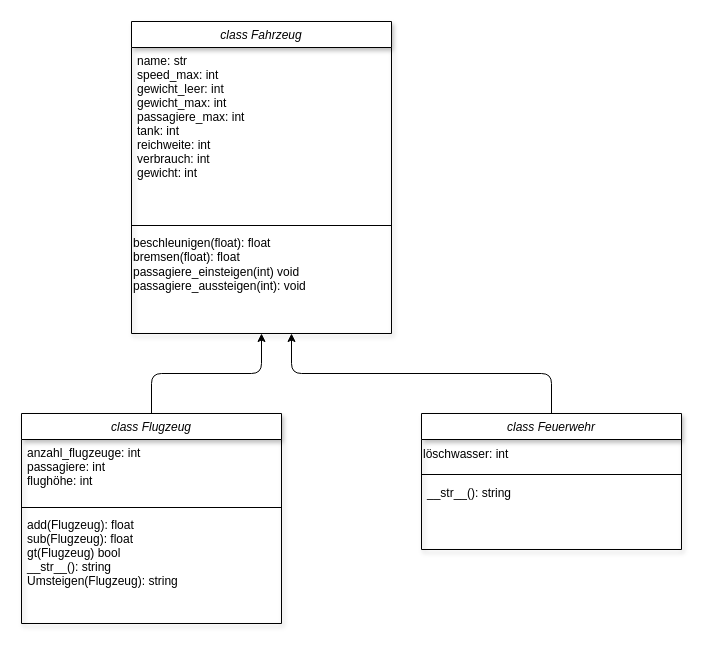
This is page "Flugzeug" (1 of 2) of Klassendiagramm.drawio from sstreichan/ProjektFlugzeug, a draw.io file, before an edit. Source tidied: cells renumbered, new cells numbered last; positions are measured from the earlier drawing's top-left corner, leaving out a move shared by most shapes. Both pictures are drawn from the tidied source at 100%, with x=0, y=0 at pixel (21, 21).
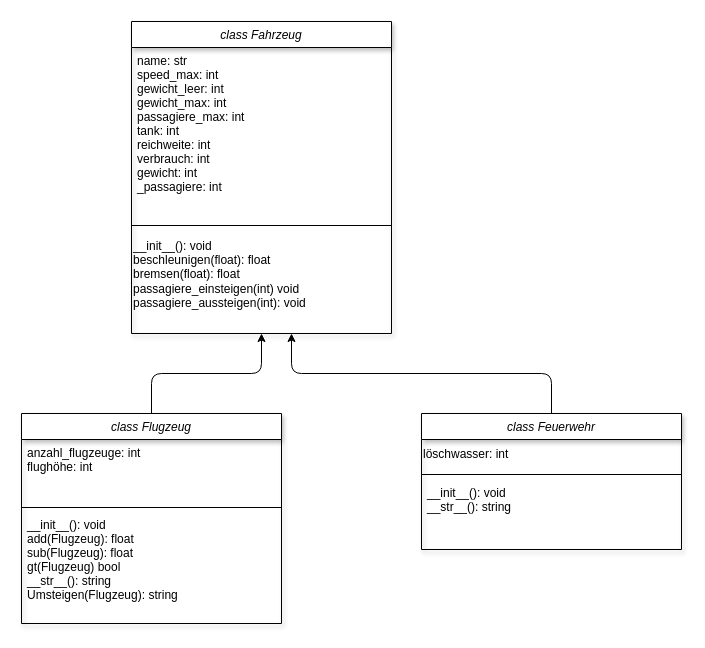
After the change.

The edit, as a diff of the source:
```diff
@@
 <mxGraphModel>
   <root>
     <mxCell id="0" />
     <mxCell id="1" parent="0" />
     <mxCell id="2" style="edgeStyle=none;html=1;entryX=0.5;entryY=1;entryDx=0;entryDy=0;" parent="1" edge="1" source="3" target="7">
       <mxGeometry relative="1" as="geometry">
         <Array as="points">
           <mxPoint x="130" y="352" />
           <mxPoint x="240" y="352" />
         </Array>
       </mxGeometry>
     </mxCell>
     <mxCell id="3" value="class Flugzeug" style="swimlane;fontStyle=2;align=center;verticalAlign=top;horizontal=1;startSize=26;rounded=0;shadow=1;strokeWidth=1;" parent="1" vertex="1">
       <mxGeometry y="392" width="260" height="210" as="geometry" />
     </mxCell>
-    <mxCell id="4" value="anzahl_flugzeuge: int&#10;passagiere: int&#10;flughöhe: int&#10;" style="text;align=left;verticalAlign=top;spacingLeft=4;spacingRight=4;overflow=hidden;rounded=0;shadow=0;html=0;" parent="3" vertex="1">
+    <mxCell id="4" value="anzahl_flugzeuge: int&#10;flughöhe: int&#10;" style="text;align=left;verticalAlign=top;spacingLeft=4;spacingRight=4;overflow=hidden;rounded=0;shadow=0;html=0;" parent="3" vertex="1">
       <mxGeometry y="26" width="260" height="64" as="geometry" />
     </mxCell>
     <mxCell id="5" style="line;html=1;strokeWidth=1;align=left;verticalAlign=middle;spacingTop=-1;spacingLeft=3;spacingRight=3;labelPosition=right;" parent="3" vertex="1">
       <mxGeometry y="90" width="260" height="8" as="geometry" />
     </mxCell>
-    <mxCell id="6" value="add(Flugzeug): float&#10;sub(Flugzeug): float&#10;gt(Flugzeug) bool&#10;__str__(): string&#10;Umsteigen(Flugzeug): string" style="text;align=left;verticalAlign=top;spacingLeft=4;spacingRight=4;overflow=hidden;" parent="3" vertex="1">
+    <mxCell id="6" value="__init__(): void&#10;add(Flugzeug): float&#10;sub(Flugzeug): float&#10;gt(Flugzeug) bool&#10;__str__(): string&#10;Umsteigen(Flugzeug): string" style="text;align=left;verticalAlign=top;spacingLeft=4;spacingRight=4;overflow=hidden;" parent="3" vertex="1">
       <mxGeometry y="98" width="260" height="112" as="geometry" />
     </mxCell>
     <mxCell id="7" value="class Fahrzeug" style="swimlane;fontStyle=2;align=center;verticalAlign=top;horizontal=1;startSize=26;rounded=0;shadow=1;strokeWidth=1;" parent="1" vertex="1">
       <mxGeometry x="110" width="260" height="312" as="geometry" />
     </mxCell>
-    <mxCell id="8" value="name: str&#10;speed_max: int&#10;gewicht_leer: int&#10;gewicht_max: int&#10;passagiere_max: int&#10;tank: int&#10;reichweite: int&#10;verbrauch: int&#10;gewicht: int" style="text;align=left;verticalAlign=top;spacingLeft=4;spacingRight=4;overflow=hidden;rounded=0;shadow=0;html=0;" parent="7" vertex="1">
+    <mxCell id="8" value="name: str&#10;speed_max: int&#10;gewicht_leer: int&#10;gewicht_max: int&#10;passagiere_max: int&#10;tank: int&#10;reichweite: int&#10;verbrauch: int&#10;gewicht: int&#10;_passagiere: int" style="text;align=left;verticalAlign=top;spacingLeft=4;spacingRight=4;overflow=hidden;rounded=0;shadow=0;html=0;" parent="7" vertex="1">
       <mxGeometry y="26" width="260" height="174" as="geometry" />
     </mxCell>
     <mxCell id="9" style="line;html=1;strokeWidth=1;align=left;verticalAlign=middle;spacingTop=-1;spacingLeft=3;spacingRight=3;labelPosition=right;" parent="7" vertex="1">
       <mxGeometry y="200" width="260" height="8" as="geometry" />
     </mxCell>
-    <mxCell id="10" value="&lt;span style=&quot;&quot;&gt;beschleunigen(float): float&lt;/span&gt;&lt;br style=&quot;padding: 0px; margin: 0px;&quot;&gt;&lt;span style=&quot;&quot;&gt;bremsen(float): float&lt;/span&gt;&lt;br style=&quot;padding: 0px; margin: 0px;&quot;&gt;&lt;span style=&quot;&quot;&gt;passagiere_einsteigen(int) void&lt;/span&gt;&lt;br style=&quot;padding: 0px; margin: 0px;&quot;&gt;&lt;span style=&quot;&quot;&gt;passagiere_aussteigen(int): void&lt;/span&gt;" style="text;html=1;align=left;verticalAlign=middle;strokeColor=none;fillColor=none;" parent="7" vertex="1">
-      <mxGeometry y="208" width="260" height="70" as="geometry" />
+    <mxCell id="10" value="__init__(): void&lt;span style=&quot;&quot;&gt;&lt;br&gt;beschleunigen(float): float&lt;/span&gt;&lt;br style=&quot;padding: 0px; margin: 0px;&quot;&gt;&lt;span style=&quot;&quot;&gt;bremsen(float): float&lt;/span&gt;&lt;br style=&quot;padding: 0px; margin: 0px;&quot;&gt;&lt;span style=&quot;&quot;&gt;passagiere_einsteigen(int) void&lt;/span&gt;&lt;br style=&quot;padding: 0px; margin: 0px;&quot;&gt;&lt;span style=&quot;&quot;&gt;passagiere_aussteigen(int): void&lt;/span&gt;" style="text;html=1;align=left;verticalAlign=middle;strokeColor=none;fillColor=none;" parent="7" vertex="1">
+      <mxGeometry y="208" width="260" height="90" as="geometry" />
     </mxCell>
     <mxCell id="11" style="edgeStyle=none;html=1;" parent="1" edge="1" source="12">
       <mxGeometry relative="1" as="geometry">
         <mxPoint x="270" y="312" as="targetPoint" />
         <Array as="points">
           <mxPoint x="530" y="352" />
           <mxPoint x="270" y="352" />
         </Array>
       </mxGeometry>
     </mxCell>
     <mxCell id="12" value="class Feuerwehr" style="swimlane;fontStyle=2;align=center;verticalAlign=top;horizontal=1;startSize=26;rounded=0;shadow=1;strokeWidth=1;" parent="1" vertex="1">
       <mxGeometry x="400" y="392" width="260" height="136" as="geometry" />
     </mxCell>
     <mxCell id="13" value="löschwasser: int" style="text;html=1;align=left;verticalAlign=middle;strokeColor=none;fillColor=none;" parent="12" vertex="1">
       <mxGeometry y="26" width="260" height="30" as="geometry" />
     </mxCell>
     <mxCell id="14" style="line;html=1;strokeWidth=1;align=left;verticalAlign=middle;spacingTop=-1;spacingLeft=3;spacingRight=3;labelPosition=right;" parent="12" vertex="1">
       <mxGeometry y="56" width="260" height="10" as="geometry" />
     </mxCell>
-    <mxCell id="15" value="__str__(): string&#10;" style="text;align=left;verticalAlign=top;spacingLeft=4;spacingRight=4;overflow=hidden;" parent="12" vertex="1">
+    <mxCell id="15" value="__init__(): void&#10;__str__(): string&#10;" style="text;align=left;verticalAlign=top;spacingLeft=4;spacingRight=4;overflow=hidden;" parent="12" vertex="1">
       <mxGeometry y="66" width="260" height="70" as="geometry" />
     </mxCell>
   </root>
 </mxGraphModel>
```
